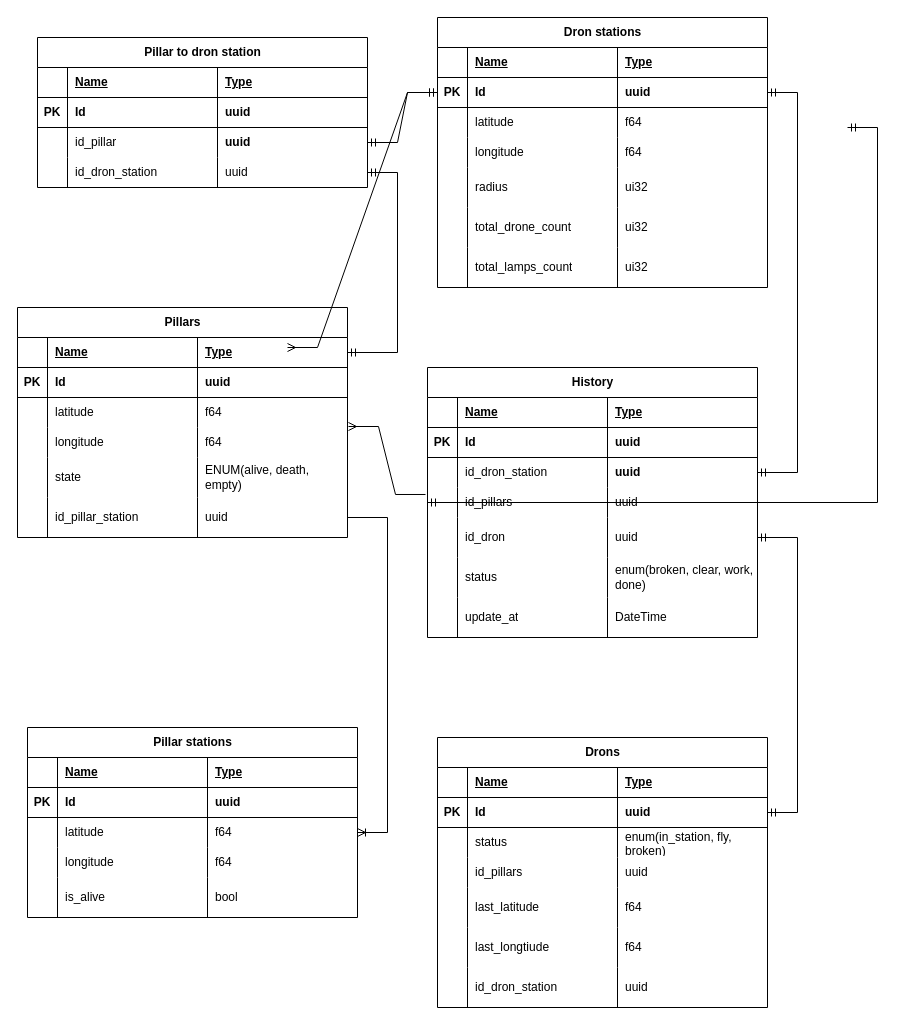
Before: diagrams/erd_server.drawio in GoodGame563/Dron_NeforsTeam, a draw.io diagram. Source tidied: cells renumbered, new cells numbered last; positions are measured from the earlier drawing's top-left corner, leaving out a move shared by most shapes. Both pictures are drawn from the tidied source at 100%, with x=0, y=0 at pixel (17, 17).
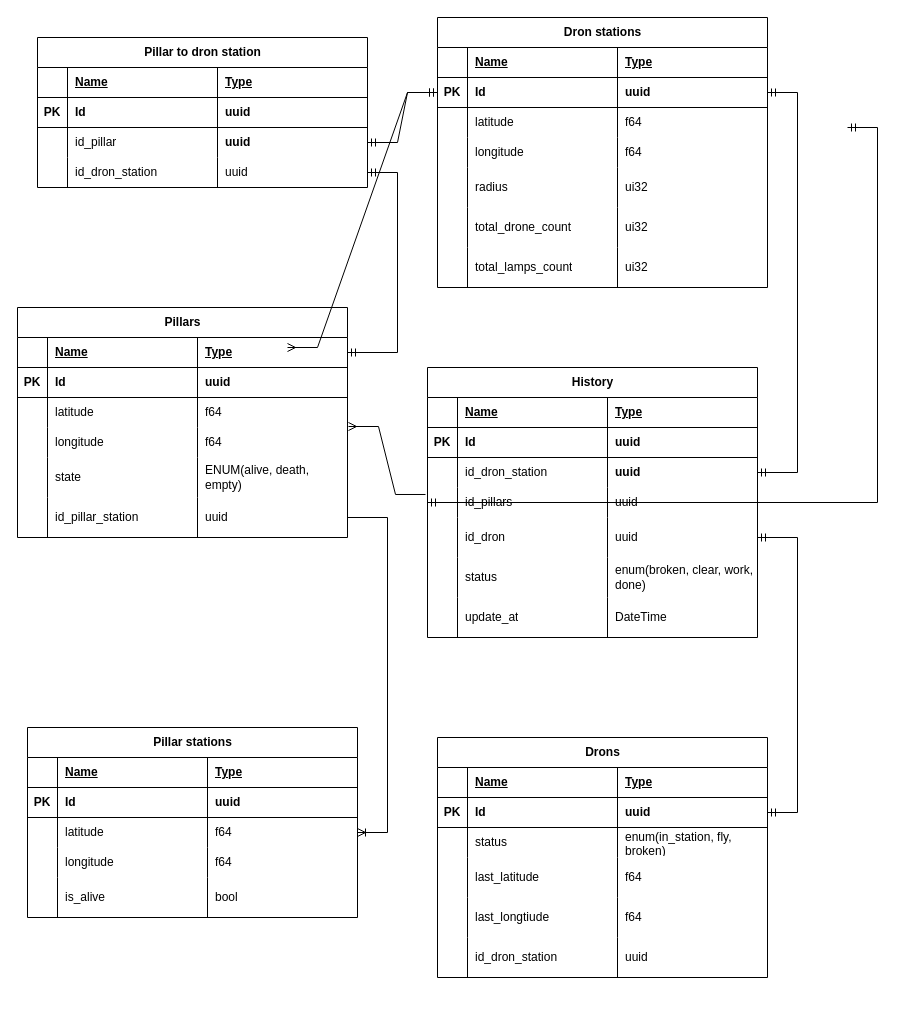
The same diagram, later.

Diff of the diagram source:
```diff
@@
     <mxCell id="57" value="Drons" style="shape=table;startSize=30;childLayout=tableLayout;rowLines=0;fontStyle=1;align=center;html=1;" parent="1" vertex="1">
-      <mxGeometry x="420" y="720" width="330" height="270" as="geometry" />
+      <mxGeometry x="420" y="720" width="330" height="240" as="geometry" />
     </mxCell>
@@
-    <mxCell id="70" style="shape=tableRow;horizontal=0;startSize=0;swimlaneHead=0;swimlaneBody=0;fillColor=none;top=0;left=0;right=0;bottom=0;" parent="57" vertex="1">
-      <mxGeometry y="120" width="330" height="30" as="geometry" />
-    </mxCell>
-    <mxCell id="71" style="shape=partialRectangle;fillColor=none;top=0;left=0;bottom=0;right=0;overflow=hidden;whiteSpace=wrap;html=1;" parent="70" vertex="1">
-      <mxGeometry width="30" height="30" as="geometry" />
-    </mxCell>
-    <mxCell id="72" value="&lt;span style=&quot;white-space-collapse: preserve;&quot;&gt;id_pillars&lt;/span&gt;" style="shape=partialRectangle;fillColor=none;top=0;left=0;bottom=0;right=0;align=left;spacingLeft=6;overflow=hidden;whiteSpace=wrap;html=1;" parent="70" vertex="1">
-      <mxGeometry x="30" width="150" height="30" as="geometry" />
-    </mxCell>
-    <mxCell id="73" value="uuid" style="shape=partialRectangle;fillColor=none;top=0;left=0;bottom=0;right=0;align=left;spacingLeft=6;overflow=hidden;whiteSpace=wrap;html=1;" parent="70" vertex="1">
-      <mxGeometry x="180" width="150" height="30" as="geometry" />
-    </mxCell>
     <mxCell id="74" style="shape=tableRow;horizontal=0;startSize=0;swimlaneHead=0;swimlaneBody=0;fillColor=none;top=0;left=0;right=0;bottom=0;" parent="57" vertex="1">
-      <mxGeometry y="150" width="330" height="40" as="geometry" />
+      <mxGeometry y="120" width="330" height="40" as="geometry" />
     </mxCell>
@@
     <mxCell id="78" style="shape=tableRow;horizontal=0;startSize=0;swimlaneHead=0;swimlaneBody=0;fillColor=none;top=0;left=0;right=0;bottom=0;" parent="57" vertex="1">
-      <mxGeometry y="190" width="330" height="40" as="geometry" />
+      <mxGeometry y="160" width="330" height="40" as="geometry" />
     </mxCell>
@@
     <mxCell id="82" style="shape=tableRow;horizontal=0;startSize=0;swimlaneHead=0;swimlaneBody=0;fillColor=none;top=0;left=0;right=0;bottom=0;" parent="57" vertex="1">
-      <mxGeometry y="230" width="330" height="40" as="geometry" />
+      <mxGeometry y="200" width="330" height="40" as="geometry" />
     </mxCell>
```
